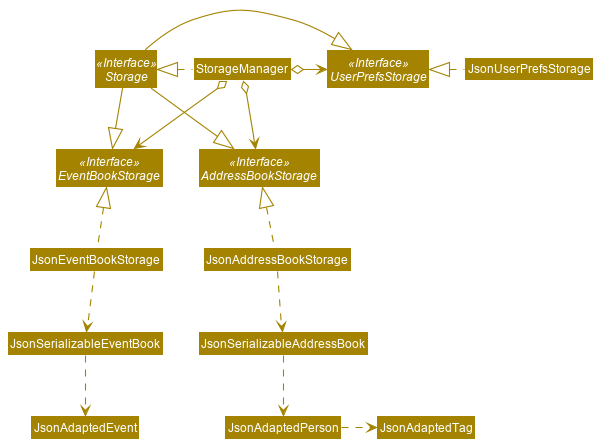
The PlantUML diagram docs/images/StorageClassDiagram.png in nus-cs2103-AY2021S2/tp, before a commit.
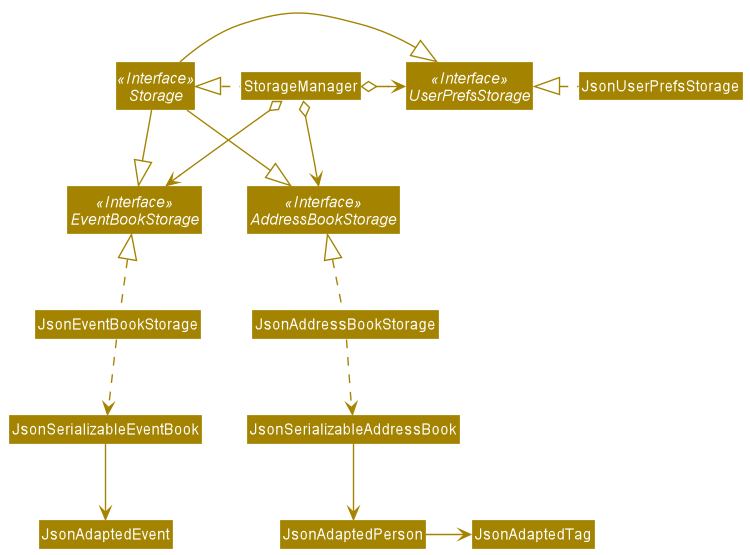
After the commit.

Commit message:
Update Storage Class diagram to use association instead of dependency

The edit, as a diff of the source:
```diff
@@ -26,10 +26,10 @@
 JsonUserPrefsStorage .left.|> UserPrefsStorage
 JsonAddressBookStorage .up.|> AddressBookStorage
 JsonAddressBookStorage .down.> JsonSerializableAddressBook
-JsonSerializableAddressBook .down.> JsonAdaptedPerson
-JsonAdaptedPerson .right.> JsonAdaptedTag
+JsonSerializableAddressBook -down-> JsonAdaptedPerson
+JsonAdaptedPerson -right-> JsonAdaptedTag
 
 JsonEventBookStorage .up.|> EventBookStorage
 JsonEventBookStorage .down.> JsonSerializableEventBook
-JsonSerializableEventBook .down.> JsonAdaptedEvent
+JsonSerializableEventBook -down-> JsonAdaptedEvent
 @enduml
```
